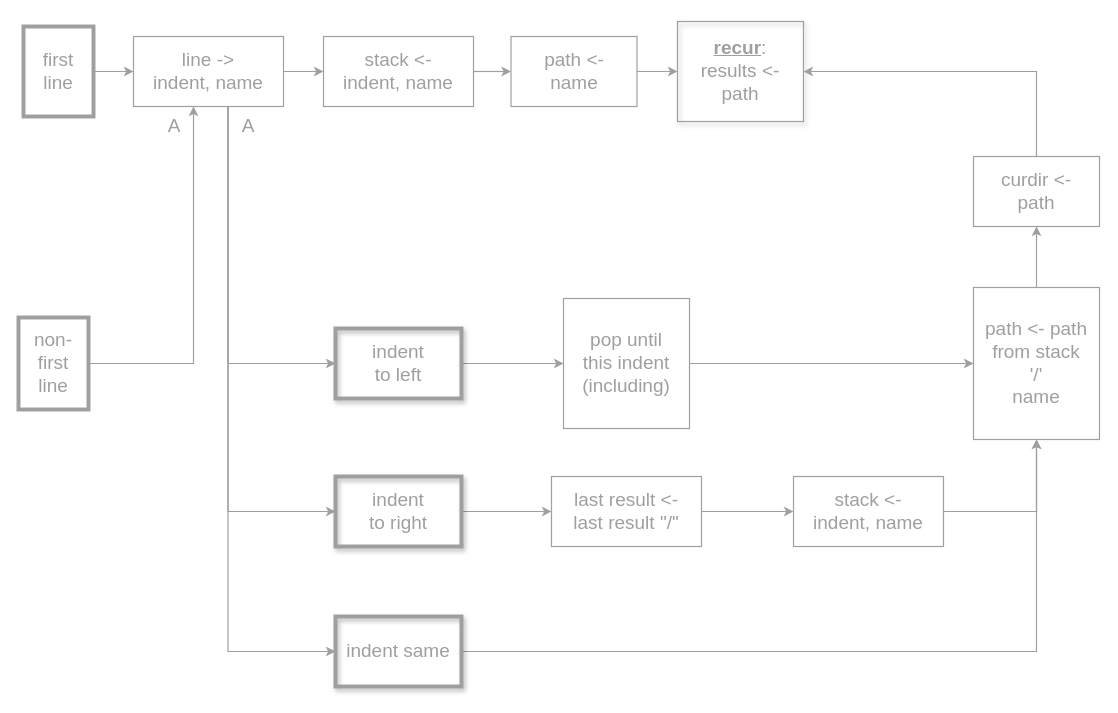
The draw.io diagram page "Extract paths" (1 of 2) of only-tree.drawio in disco85/easytree, before the edit. Source tidied: cells renumbered, new cells numbered last; positions are measured from the earlier drawing's top-left corner, leaving out a move shared by most shapes. Both pictures are drawn from the tidied source at 100%, with x=0, y=0 at pixel (18, 21).
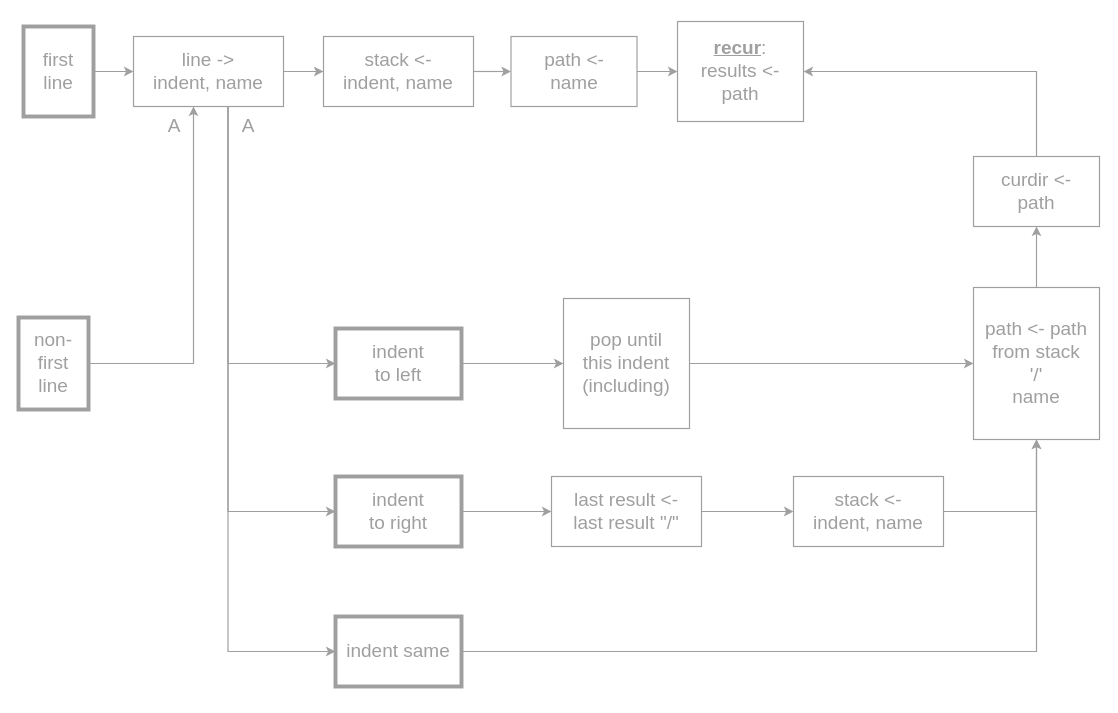
Above is the later version.

Commit message (it also covers changes not shown here):
Universal build.sh script, removed shadows in diagrams, comments

What changed in the source:
```diff
@@
-    <mxCell id="13" value="indent&lt;div&gt;to left&lt;/div&gt;" style="text;html=1;whiteSpace=wrap;strokeColor=#9F9F9F;fillColor=none;align=center;verticalAlign=middle;rounded=0;fontSize=19;arcSize=30;shadow=1;fontColor=#9F9F9F;strokeWidth=3.937;" parent="1" vertex="1">
+    <mxCell id="13" value="indent&lt;div&gt;to left&lt;/div&gt;" style="text;html=1;whiteSpace=wrap;strokeColor=#9F9F9F;fillColor=none;align=center;verticalAlign=middle;rounded=0;fontSize=19;arcSize=30;shadow=0;fontColor=#9F9F9F;strokeWidth=3.937;" parent="1" vertex="1">
       <mxGeometry x="317" y="307" width="126" height="70" as="geometry" />
     </mxCell>
@@
-    <mxCell id="15" value="indent&lt;div&gt;to right&lt;/div&gt;" style="text;html=1;whiteSpace=wrap;strokeColor=#9F9F9F;fillColor=none;align=center;verticalAlign=middle;rounded=0;fontSize=19;glass=0;shadow=1;arcSize=27;fontColor=#9F9F9F;strokeWidth=3.937;" parent="1" vertex="1">
+    <mxCell id="15" value="indent&lt;div&gt;to right&lt;/div&gt;" style="text;html=1;whiteSpace=wrap;strokeColor=#9F9F9F;fillColor=none;align=center;verticalAlign=middle;rounded=0;fontSize=19;glass=0;shadow=0;arcSize=27;fontColor=#9F9F9F;strokeWidth=3.937;" parent="1" vertex="1">
       <mxGeometry x="317" y="455" width="126" height="70" as="geometry" />
     </mxCell>
@@
-    <mxCell id="17" value="indent same" style="text;html=1;whiteSpace=wrap;strokeColor=#9F9F9F;fillColor=none;align=center;verticalAlign=middle;rounded=0;fontSize=19;shadow=1;arcSize=40;fontColor=#9F9F9F;strokeWidth=3.937;" parent="1" vertex="1">
+    <mxCell id="17" value="indent same" style="text;html=1;whiteSpace=wrap;strokeColor=#9F9F9F;fillColor=none;align=center;verticalAlign=middle;rounded=0;fontSize=19;shadow=0;arcSize=40;fontColor=#9F9F9F;strokeWidth=3.937;" parent="1" vertex="1">
       <mxGeometry x="317" y="595" width="126" height="70" as="geometry" />
     </mxCell>
@@
-    <mxCell id="23" value="&lt;b&gt;&lt;u&gt;recur&lt;/u&gt;&lt;/b&gt;:&lt;div&gt;results &amp;lt;-&lt;div&gt;path&lt;/div&gt;&lt;/div&gt;" style="text;html=1;whiteSpace=wrap;strokeColor=#9F9F9F;fillColor=none;align=center;verticalAlign=middle;rounded=0;fontSize=19;strokeWidth=1.1810999999999998;shadow=1;fontColor=#9F9F9F;" parent="1" vertex="1">
+    <mxCell id="23" value="&lt;b&gt;&lt;u&gt;recur&lt;/u&gt;&lt;/b&gt;:&lt;div&gt;results &amp;lt;-&lt;div&gt;path&lt;/div&gt;&lt;/div&gt;" style="text;html=1;whiteSpace=wrap;strokeColor=#9F9F9F;fillColor=none;align=center;verticalAlign=middle;rounded=0;fontSize=19;strokeWidth=1.1810999999999998;shadow=0;fontColor=#9F9F9F;" parent="1" vertex="1">
       <mxGeometry x="659" width="126" height="100" as="geometry" />
     </mxCell>
```
